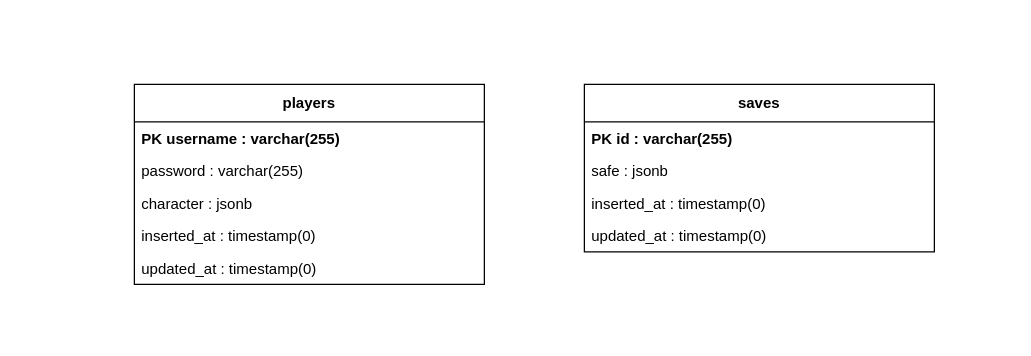
Before: document/tex_files/mainmatter/chapter_5/images/design_database/diseno_base_datos.drawio in ThAlsay/Hephaestus, a draw.io diagram. Source tidied: cells renumbered, new cells numbered last; positions are measured from the earlier drawing's top-left corner, leaving out a move shared by most shapes. Both pictures are drawn from the tidied source at 125%, with x=0, y=0 at pixel (134, 84).
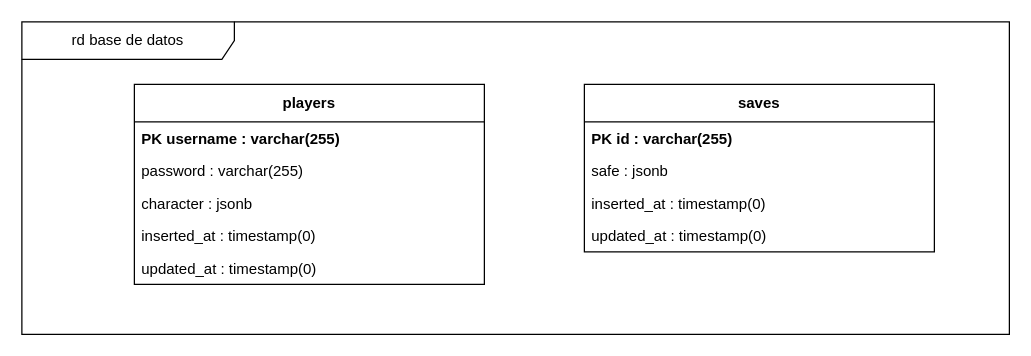
The same diagram, later.

Change to the diagram source:
```diff
@@
 <mxGraphModel>
   <root>
     <mxCell id="0" />
     <mxCell id="1" parent="0" />
     <mxCell id="2" value="players" style="swimlane;horizontal=1;startSize=30;whiteSpace=wrap;html=1;fontStyle=1;align=center;" parent="1" vertex="1">
       <mxGeometry width="280" height="160" as="geometry" />
     </mxCell>
     <mxCell id="3" value="PK  username : varchar(255)" style="text;align=left;verticalAlign=top;spacingLeft=4;spacingRight=4;overflow=hidden;whiteSpace=wrap;html=1;fontStyle=1;" parent="2" vertex="1">
       <mxGeometry y="30" width="280" height="26" as="geometry" />
     </mxCell>
     <mxCell id="4" value="      password : varchar(255)" style="text;strokeColor=none;fillColor=none;align=left;verticalAlign=top;spacingLeft=4;spacingRight=4;overflow=hidden;whiteSpace=wrap;html=1;" parent="2" vertex="1">
       <mxGeometry y="56" width="280" height="26" as="geometry" />
     </mxCell>
     <mxCell id="5" value="      character : jsonb" style="text;strokeColor=none;fillColor=none;align=left;verticalAlign=top;spacingLeft=4;spacingRight=4;overflow=hidden;whiteSpace=wrap;html=1;" parent="2" vertex="1">
       <mxGeometry y="82" width="280" height="26" as="geometry" />
     </mxCell>
     <mxCell id="6" value="      inserted_at : timestamp(0)" style="text;strokeColor=none;fillColor=none;align=left;verticalAlign=top;spacingLeft=4;spacingRight=4;overflow=hidden;whiteSpace=wrap;html=1;" parent="2" vertex="1">
       <mxGeometry y="108" width="280" height="26" as="geometry" />
     </mxCell>
     <mxCell id="7" value="      updated_at : timestamp(0)" style="text;strokeColor=none;fillColor=none;align=left;verticalAlign=top;spacingLeft=4;spacingRight=4;overflow=hidden;whiteSpace=wrap;html=1;" parent="2" vertex="1">
       <mxGeometry y="134" width="280" height="26" as="geometry" />
     </mxCell>
     <mxCell id="8" value="saves" style="swimlane;horizontal=1;startSize=30;whiteSpace=wrap;html=1;fontStyle=1;align=center;" parent="1" vertex="1">
       <mxGeometry x="360" width="280" height="134" as="geometry" />
     </mxCell>
     <mxCell id="9" value="PK  id : varchar(255)" style="text;align=left;verticalAlign=top;spacingLeft=4;spacingRight=4;overflow=hidden;whiteSpace=wrap;html=1;fontStyle=1;" parent="8" vertex="1">
       <mxGeometry y="30" width="280" height="26" as="geometry" />
     </mxCell>
     <mxCell id="10" value="      safe : jsonb" style="text;strokeColor=none;fillColor=none;align=left;verticalAlign=top;spacingLeft=4;spacingRight=4;overflow=hidden;whiteSpace=wrap;html=1;" parent="8" vertex="1">
       <mxGeometry y="56" width="280" height="26" as="geometry" />
     </mxCell>
     <mxCell id="11" value="      inserted_at : timestamp(0)" style="text;strokeColor=none;fillColor=none;align=left;verticalAlign=top;spacingLeft=4;spacingRight=4;overflow=hidden;whiteSpace=wrap;html=1;" parent="8" vertex="1">
       <mxGeometry y="82" width="280" height="26" as="geometry" />
     </mxCell>
     <mxCell id="12" value="      updated_at : timestamp(0)" style="text;strokeColor=none;fillColor=none;align=left;verticalAlign=top;spacingLeft=4;spacingRight=4;overflow=hidden;whiteSpace=wrap;html=1;" parent="8" vertex="1">
       <mxGeometry y="108" width="280" height="26" as="geometry" />
     </mxCell>
+    <mxCell id="13" value="rd base de datos" style="shape=umlFrame;whiteSpace=wrap;html=1;width=170;height=30;" parent="1" vertex="1">
+      <mxGeometry x="-90" y="-50" width="790" height="250" as="geometry" />
+    </mxCell>
   </root>
 </mxGraphModel>
```
